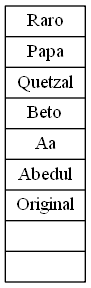
This is postOrden.png from ByLy23/Scrabble_CPP, a Graphviz export, as it was before one commit. Its source is kept beside it as postOrden.dot.
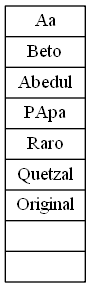
After the commit.

What changed in the source:
```diff
@@ -1,4 +1,4 @@
 digraph graficaPostrden{
  linkdir=LR
- arreglo[shape= record label= "{Raro|Papa|Quetzal|Beto|Aa|Abedul|Original||}"];
+ arreglo[shape= record label= "{Aa|Beto|Abedul|PApa|Raro|Quetzal|Original||}"];
 }
```
